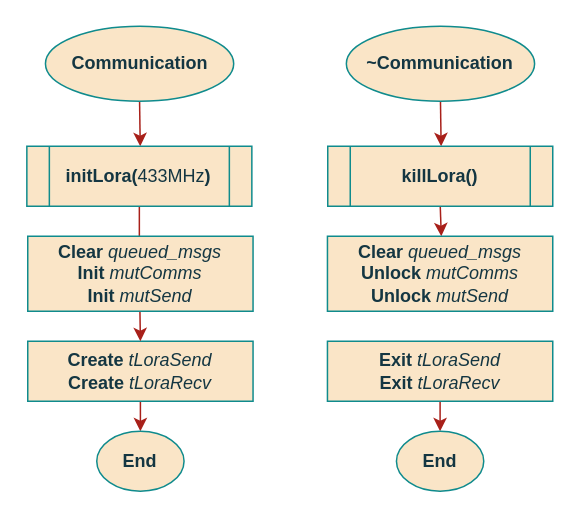
This is page "Comms" (6 of 13) of project/report/flowcharts/tLampControl.drawio from ESRGgroup9/slipad, a draw.io file, before an edit. Source tidied: cells renumbered, new cells numbered last; positions are measured from the earlier drawing's top-left corner, leaving out a move shared by most shapes. Both pictures are drawn from the tidied source at 150%, with x=0, y=0 at pixel (26, 26).
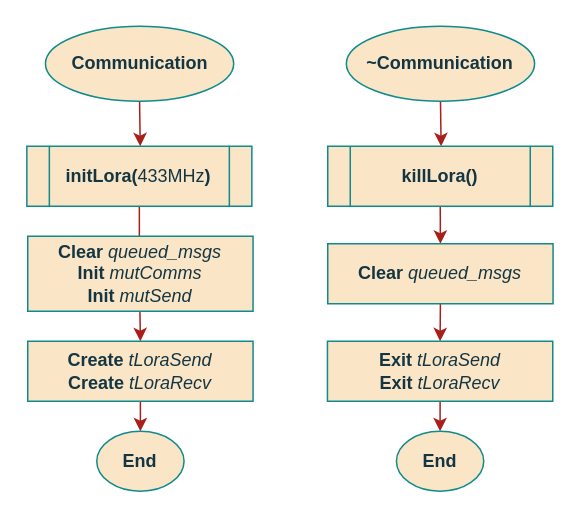
Above is the later version.

Unchanged cells that the change refers to:
```xml
<mxCell id="12" value="&lt;b&gt;killLora()&lt;/b&gt;" style="shape=process;whiteSpace=wrap;html=1;backgroundOutline=1;rounded=0;sketch=0;fontColor=#143642;strokeColor=#0F8B8D;fillColor=#FAE5C7;" parent="1" vertex="1">
  <mxGeometry x="201" y="80" width="150" height="40" as="geometry" />
</mxCell>
<mxCell id="15" value="&lt;div&gt;&lt;b&gt;Exit&lt;/b&gt; &lt;i&gt;tLoraSend&lt;/i&gt;&lt;/div&gt;&lt;div&gt;&lt;b&gt;Exit&lt;/b&gt; &lt;i&gt;tLoraRecv&lt;/i&gt;&lt;/div&gt;" style="rounded=0;whiteSpace=wrap;html=1;sketch=0;fontColor=#143642;strokeColor=#0F8B8D;fillColor=#FAE5C7;" parent="1" vertex="1">
  <mxGeometry x="200.8" y="210" width="150.2" height="40" as="geometry" />
</mxCell>
```

The edit, as a diff of the source:
```diff
@@
-    <mxCell id="11" style="edgeStyle=orthogonalEdgeStyle;curved=0;rounded=1;sketch=0;jettySize=auto;html=1;exitX=0.5;exitY=1;exitDx=0;exitDy=0;entryX=0.5;entryY=0;entryDx=0;entryDy=0;fontColor=#143642;strokeColor=#A8201A;fillColor=#FAE5C7;" parent="1" edge="1" source="12">
-      <mxGeometry relative="1" as="geometry">
-        <mxPoint x="276.7" y="140" as="targetPoint" />
-      </mxGeometry>
+    <mxCell id="11" style="edgeStyle=orthogonalEdgeStyle;curved=0;rounded=1;sketch=0;jettySize=auto;html=1;exitX=0.5;exitY=1;exitDx=0;exitDy=0;entryX=0.5;entryY=0;entryDx=0;entryDy=0;fontColor=#143642;strokeColor=#A8201A;fillColor=#FAE5C7;" parent="1" edge="1" source="12" target="17">
+      <mxGeometry relative="1" as="geometry" />
     </mxCell>
@@
+    <mxCell id="18" style="edgeStyle=orthogonalEdgeStyle;curved=0;rounded=1;sketch=0;jettySize=auto;html=1;exitX=0.5;exitY=1;exitDx=0;exitDy=0;entryX=0.5;entryY=0;entryDx=0;entryDy=0;fontSize=11;fontColor=#143642;strokeColor=#A8201A;fillColor=#FAE5C7;" parent="1" edge="1" source="17" target="15">
+      <mxGeometry relative="1" as="geometry" />
+    </mxCell>
-    <mxCell id="17" value="&lt;div&gt;&lt;b&gt;Clear&lt;/b&gt; &lt;i&gt;queued_msgs&lt;/i&gt;&lt;/div&gt;&lt;div&gt;&lt;b&gt;Unlock &lt;/b&gt;&lt;i&gt;mutComms&lt;/i&gt;&lt;/div&gt;&lt;div&gt;&lt;b&gt;Unlock &lt;/b&gt;&lt;i&gt;mutSend&lt;/i&gt;&lt;/div&gt;" style="rounded=0;whiteSpace=wrap;html=1;sketch=0;fontColor=#143642;strokeColor=#0F8B8D;fillColor=#FAE5C7;" parent="1" vertex="1">
-      <mxGeometry x="200.8" y="140" width="150.2" height="50" as="geometry" />
+    <mxCell id="17" value="&lt;div&gt;&lt;b&gt;Clear&lt;/b&gt; &lt;i&gt;queued_msgs&lt;/i&gt;&lt;/div&gt;" style="rounded=0;whiteSpace=wrap;html=1;sketch=0;fontColor=#143642;strokeColor=#0F8B8D;fillColor=#FAE5C7;" parent="1" vertex="1">
+      <mxGeometry x="201" y="145" width="150.2" height="40" as="geometry" />
     </mxCell>
```
